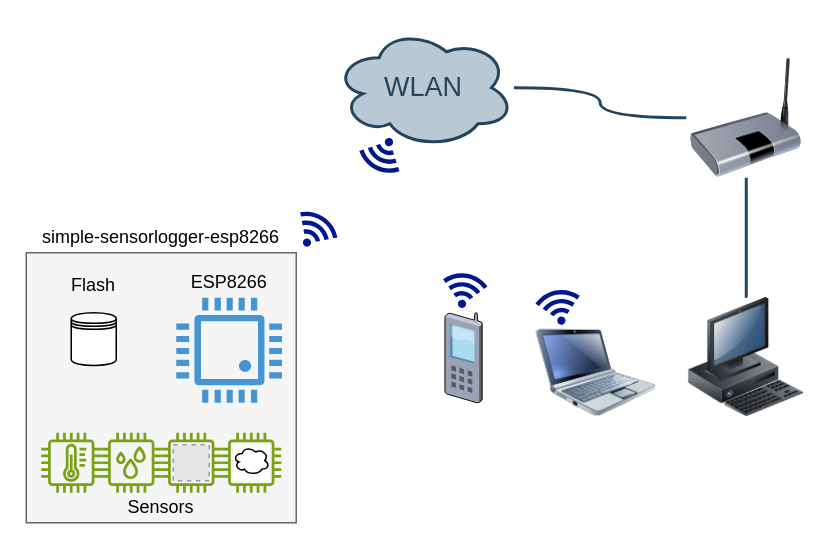
Above: doc/device_overview.drawio in grafmar/simple-sensorlogger-esp32 (draw.io), before the change. Source tidied: cells renumbered, new cells numbered last; positions are measured from the earlier drawing's top-left corner, leaving out a move shared by most shapes. Both pictures are drawn from the tidied source at 150%, with x=0, y=0 at pixel (26, 27). Pictures stored in the file or linked from it are replaced by grey dashed boxes.
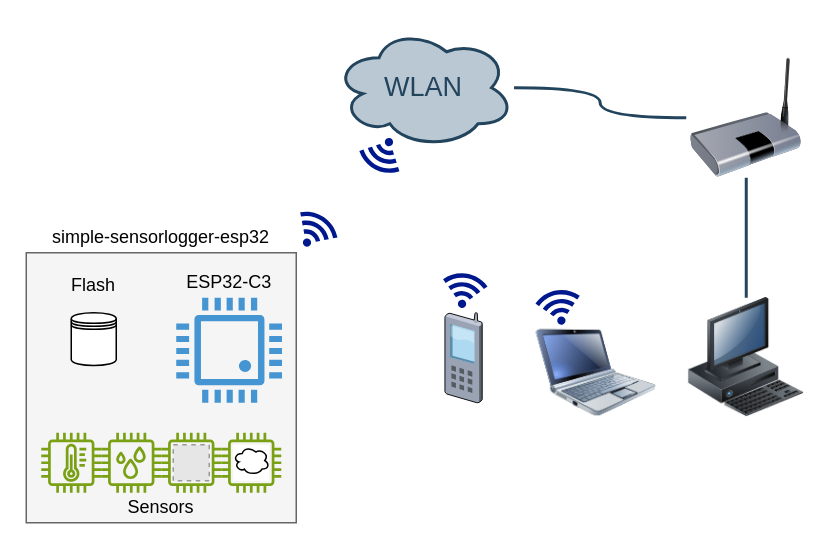
The same page after the edit.

The edit, as a diff of the source:
```diff
@@
-    <mxCell id="26" value="ESP8266" style="whiteSpace=wrap;html=1;strokeColor=none;fillColor=none;" parent="1" vertex="1">
+    <mxCell id="26" value="ESP32-C3" style="whiteSpace=wrap;html=1;strokeColor=none;fillColor=none;" parent="1" vertex="1">
       <mxGeometry x="102.6" y="160" width="65.2" height="20" as="geometry" />
     </mxCell>
@@
-    <mxCell id="28" value="simple-sensorlogger-esp8266" style="whiteSpace=wrap;html=1;strokeColor=none;fillColor=none;" parent="1" vertex="1">
+    <mxCell id="28" value="simple-sensorlogger-esp32" style="whiteSpace=wrap;html=1;strokeColor=none;fillColor=none;" parent="1" vertex="1">
       <mxGeometry y="130" width="180" height="20" as="geometry" />
     </mxCell>
```
